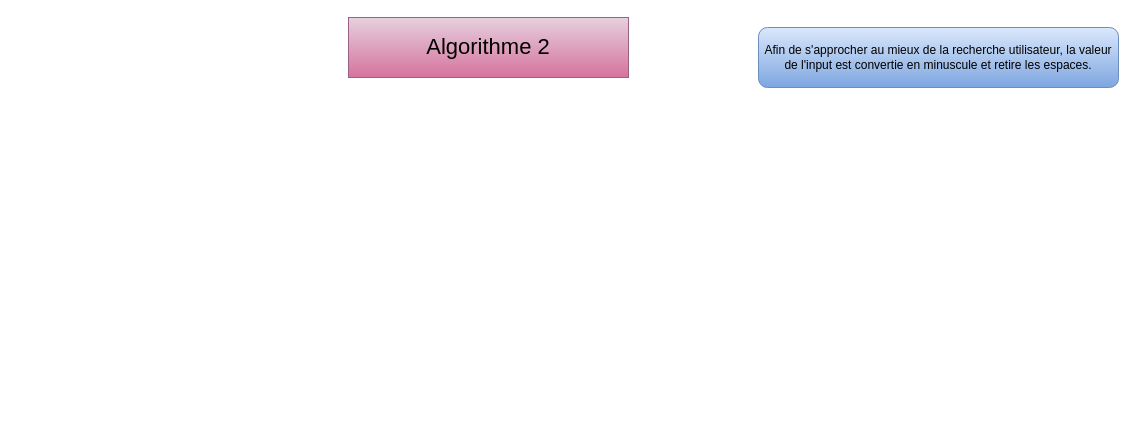
Above: page "Page-2" (2 of 2) of Untitled Diagram.drawio in kbosc/KevinBosc_7_21-10-2021 (draw.io), before the change. Source tidied: cells renumbered, new cells numbered last; positions are measured from the earlier drawing's top-left corner, leaving out a move shared by most shapes. Both pictures are drawn from the tidied source at 100%, with x=0, y=0 at pixel (348, 17).
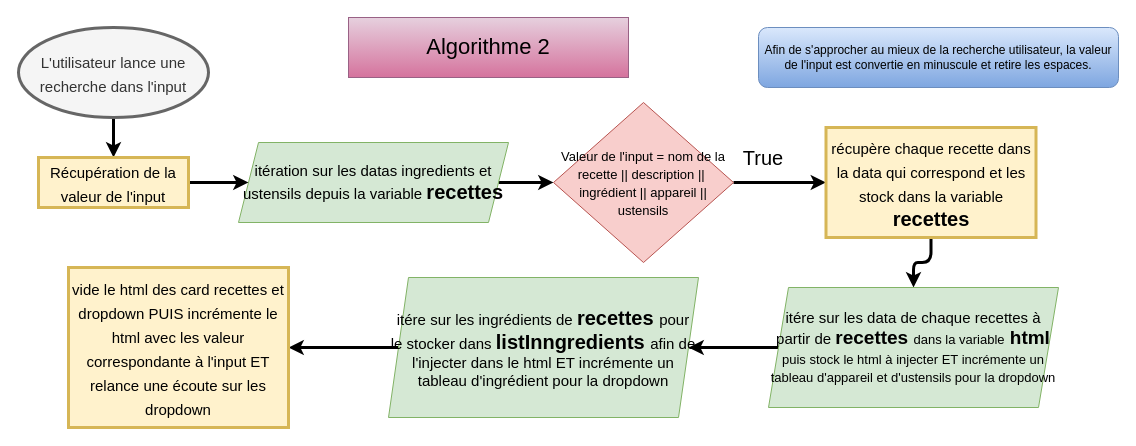
Above is the later version.

Change to the diagram source:
```diff
@@
 <mxGraphModel>
   <root>
     <mxCell id="0" />
     <mxCell id="1" parent="0" />
     <mxCell id="2" value="&lt;font style=&quot;font-size: 22px&quot;&gt;Algorithme 2&lt;br&gt;&lt;/font&gt;" style="text;html=1;fillColor=#e6d0de;align=center;verticalAlign=middle;whiteSpace=wrap;rounded=0;fontSize=16;strokeColor=#996185;gradientColor=#d5739d;" parent="1" vertex="1">
       <mxGeometry width="280" height="60" as="geometry" />
     </mxCell>
     <mxCell id="3" value="&lt;span&gt;Afin de s'approcher au mieux de la recherche utilisateur, la valeur de l'input est convertie en minuscule et retire les espaces.&lt;/span&gt;" style="rounded=1;whiteSpace=wrap;html=1;fillColor=#dae8fc;strokeColor=#6c8ebf;gradientColor=#7ea6e0;" parent="1" vertex="1">
       <mxGeometry x="410" y="10" width="360" height="60" as="geometry" />
     </mxCell>
+    <mxCell id="4" style="edgeStyle=orthogonalEdgeStyle;rounded=1;jettySize=auto;html=1;strokeWidth=3;" parent="1" edge="1" source="5" target="7">
+      <mxGeometry relative="1" as="geometry" />
+    </mxCell>
+    <mxCell id="5" value="&lt;font style=&quot;font-size: 15px&quot;&gt;L'utilisateur lance une recherche dans l'input&lt;/font&gt;" style="ellipse;whiteSpace=wrap;html=1;fontSize=20;strokeColor=#666666;strokeWidth=3;fillColor=#f5f5f5;align=center;rounded=0;fontColor=#333333;" parent="1" vertex="1">
+      <mxGeometry x="-330" y="10" width="190" height="90" as="geometry" />
+    </mxCell>
+    <mxCell id="6" style="edgeStyle=orthogonalEdgeStyle;rounded=1;jettySize=auto;html=1;strokeWidth=3;" parent="1" edge="1" source="7" target="9">
+      <mxGeometry relative="1" as="geometry" />
+    </mxCell>
+    <mxCell id="7" value="&lt;font style=&quot;font-size: 15px&quot;&gt;Récupération de la valeur de l'input&lt;/font&gt;" style="whiteSpace=wrap;html=1;rounded=0;fontSize=20;strokeWidth=3;fillColor=#fff2cc;strokeColor=#d6b656;" parent="1" vertex="1">
+      <mxGeometry x="-310" y="140" width="150" height="50" as="geometry" />
+    </mxCell>
+    <mxCell id="8" style="edgeStyle=orthogonalEdgeStyle;rounded=1;jettySize=auto;html=1;fontSize=13;strokeWidth=3;" parent="1" edge="1" source="9" target="11">
+      <mxGeometry relative="1" as="geometry" />
+    </mxCell>
+    <mxCell id="9" value="itération sur les datas ingredients et ustensils depuis la variable &lt;b&gt;&lt;font style=&quot;font-size: 20px&quot;&gt;recettes&lt;/font&gt;&lt;/b&gt;" style="shape=parallelogram;perimeter=parallelogramPerimeter;whiteSpace=wrap;html=1;fixedSize=1;fontSize=15;fillColor=#d5e8d4;strokeColor=#82b366;" parent="1" vertex="1">
+      <mxGeometry x="-110" y="125" width="270" height="80" as="geometry" />
+    </mxCell>
+    <mxCell id="10" style="edgeStyle=orthogonalEdgeStyle;rounded=1;jettySize=auto;html=1;fontSize=13;strokeWidth=3;" parent="1" edge="1" source="11" target="13">
+      <mxGeometry relative="1" as="geometry" />
+    </mxCell>
+    <mxCell id="11" value="&lt;div&gt;&lt;span style=&quot;font-size: 13px&quot;&gt;Valeur de l'input = nom de la recette || description ||&amp;nbsp; &lt;/span&gt;&lt;font size=&quot;1&quot;&gt;&lt;span style=&quot;font-size: 13px&quot;&gt;ingrédient || appareil || ustensils&lt;/span&gt;&lt;/font&gt;&lt;/div&gt;" style="rhombus;whiteSpace=wrap;html=1;fontSize=15;align=center;fillColor=#f8cecc;strokeColor=#b85450;" parent="1" vertex="1">
+      <mxGeometry x="205" y="85" width="180" height="160" as="geometry" />
+    </mxCell>
+    <mxCell id="12" style="edgeStyle=orthogonalEdgeStyle;rounded=1;jettySize=auto;html=1;fontSize=20;strokeWidth=3;" parent="1" edge="1" source="13" target="15">
+      <mxGeometry relative="1" as="geometry" />
+    </mxCell>
+    <mxCell id="13" value="&lt;font&gt;&lt;span style=&quot;font-size: 15px&quot;&gt;récupère chaque recette dans la data qui correspond et les stock dans la variable &lt;/span&gt;&lt;b&gt;&lt;font style=&quot;font-size: 20px&quot;&gt;recettes&lt;/font&gt;&lt;/b&gt;&lt;br&gt;&lt;/font&gt;" style="whiteSpace=wrap;html=1;rounded=0;fontSize=20;strokeWidth=3;fillColor=#fff2cc;strokeColor=#d6b656;" parent="1" vertex="1">
+      <mxGeometry x="477.5" y="110" width="210" height="110" as="geometry" />
+    </mxCell>
+    <mxCell id="14" style="edgeStyle=orthogonalEdgeStyle;rounded=1;jettySize=auto;html=1;fontSize=20;strokeWidth=3;" parent="1" edge="1" source="15" target="17">
+      <mxGeometry relative="1" as="geometry" />
+    </mxCell>
+    <mxCell id="15" value="itére sur les data de chaque recettes à partir de &lt;font style=&quot;font-weight: bold ; font-size: 19px&quot;&gt;recettes &lt;/font&gt;&lt;font style=&quot;font-size: 13px&quot;&gt;dans la variable&lt;/font&gt;&lt;font style=&quot;font-weight: bold ; font-size: 19px&quot;&gt; html &lt;/font&gt;&lt;font style=&quot;font-size: 13px&quot;&gt;puis stock le html à injecter ET incrémente un tableau d'appareil et d'ustensils pour la dropdown&lt;/font&gt;" style="shape=parallelogram;perimeter=parallelogramPerimeter;whiteSpace=wrap;html=1;fixedSize=1;fontSize=15;fillColor=#d5e8d4;strokeColor=#82b366;" parent="1" vertex="1">
+      <mxGeometry x="420" y="270" width="290" height="120" as="geometry" />
+    </mxCell>
+    <mxCell id="16" style="edgeStyle=orthogonalEdgeStyle;rounded=1;jettySize=auto;html=1;fontSize=20;strokeWidth=3;" parent="1" edge="1" source="17" target="19">
+      <mxGeometry relative="1" as="geometry" />
+    </mxCell>
+    <mxCell id="17" value="itére sur les ingrédients de &lt;b&gt;&lt;font style=&quot;font-size: 20px&quot;&gt;recettes &lt;/font&gt;&lt;/b&gt;pour le stocker dans &lt;b&gt;&lt;font style=&quot;font-size: 20px&quot;&gt;listInngredients &lt;/font&gt;&lt;/b&gt;afin de l'injecter dans le html ET incrémente un tableau d'ingrédient pour la dropdown" style="shape=parallelogram;perimeter=parallelogramPerimeter;whiteSpace=wrap;html=1;fixedSize=1;fontSize=15;fillColor=#d5e8d4;strokeColor=#82b366;" parent="1" vertex="1">
+      <mxGeometry x="40" y="260" width="310" height="140" as="geometry" />
+    </mxCell>
+    <mxCell id="18" value="True" style="text;html=1;strokeColor=none;fillColor=none;align=center;verticalAlign=middle;whiteSpace=wrap;rounded=0;fontSize=20;" parent="1" vertex="1">
+      <mxGeometry x="385" y="125" width="60" height="30" as="geometry" />
+    </mxCell>
+    <mxCell id="19" value="&lt;font style=&quot;font-size: 15px&quot;&gt;vide le html des card recettes et dropdown PUIS incrémente le html avec les valeur correspondante à l'input ET relance une écoute sur les dropdown&lt;/font&gt;" style="whiteSpace=wrap;html=1;rounded=0;fontSize=20;strokeWidth=3;fillColor=#fff2cc;strokeColor=#d6b656;" parent="1" vertex="1">
+      <mxGeometry x="-280" y="250" width="220" height="160" as="geometry" />
+    </mxCell>
   </root>
 </mxGraphModel>
```
